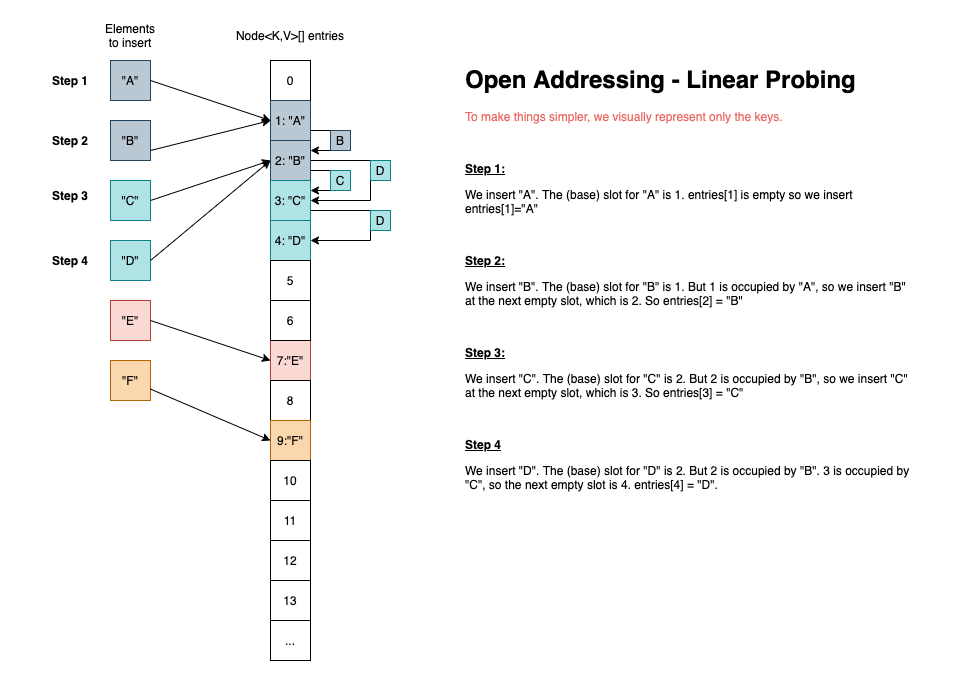
Earlier version of the draw.io export assets/images/2021-11-08-a-tale-of-java-hash-tables/open-addressing-high-level.drawio.png (nomemory/andreinc-site). Source tidied: cells renumbered, new cells last; positions are measured from the earlier drawing's top-left corner, leaving out a move shared by most shapes.
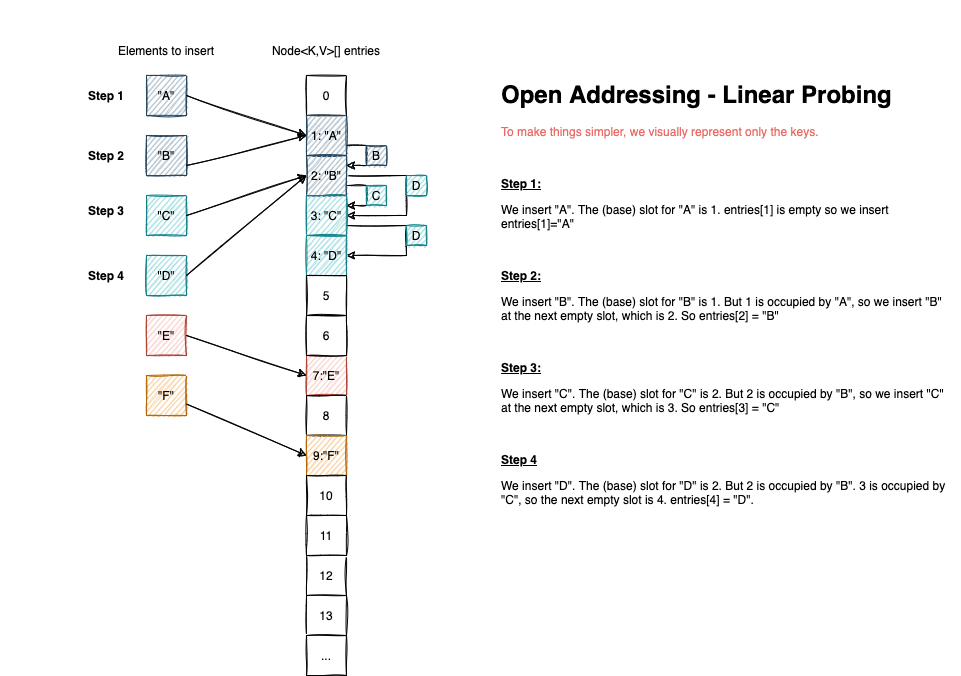
After the change.

Change to the diagram source:
```diff
@@ -3,12 +3,12 @@
     <mxCell id="0" />
     <mxCell id="1" parent="0" />
     <mxCell id="2" style="rounded=0;whiteSpace=wrap;html=1;fontColor=#EA6B66;fillColor=none;strokeColor=none;" parent="1" vertex="1">
-      <mxGeometry width="960" height="675" as="geometry" />
+      <mxGeometry x="-36" y="-15" width="960" height="675" as="geometry" />
     </mxCell>
-    <mxCell id="3" value="0" style="rounded=0;whiteSpace=wrap;html=1;" parent="1" vertex="1">
+    <mxCell id="3" value="0" style="rounded=0;whiteSpace=wrap;html=1;sketch=1;" parent="1" vertex="1">
       <mxGeometry x="270" y="60" width="40" height="40" as="geometry" />
     </mxCell>
-    <mxCell id="4" style="edgeStyle=orthogonalEdgeStyle;rounded=0;jettySize=auto;html=1;exitX=1;exitY=0.75;exitDx=0;exitDy=0;entryX=1;entryY=0.25;entryDx=0;entryDy=0;" parent="1" edge="1" source="5" target="8">
+    <mxCell id="4" style="edgeStyle=orthogonalEdgeStyle;rounded=0;jettySize=auto;html=1;exitX=1;exitY=0.75;exitDx=0;exitDy=0;entryX=1;entryY=0.25;entryDx=0;entryDy=0;sketch=1;" parent="1" edge="1" source="5" target="8">
       <mxGeometry relative="1" as="geometry">
         <Array as="points">
           <mxPoint x="330" y="130" />
@@ -16,10 +16,10 @@
         </Array>
       </mxGeometry>
     </mxCell>
-    <mxCell id="5" value="1: &quot;A&quot;" style="rounded=0;whiteSpace=wrap;html=1;fillColor=#bac8d3;strokeColor=#23445d;" parent="1" vertex="1">
+    <mxCell id="5" value="1: &quot;A&quot;" style="rounded=0;whiteSpace=wrap;html=1;fillColor=#bac8d3;strokeColor=#23445d;sketch=1;" parent="1" vertex="1">
       <mxGeometry x="270" y="100" width="40" height="40" as="geometry" />
     </mxCell>
-    <mxCell id="6" style="edgeStyle=orthogonalEdgeStyle;rounded=0;jettySize=auto;html=1;exitX=1;exitY=0.75;exitDx=0;exitDy=0;entryX=1;entryY=0.25;entryDx=0;entryDy=0;" parent="1" edge="1" source="8" target="10">
+    <mxCell id="6" style="edgeStyle=orthogonalEdgeStyle;rounded=0;jettySize=auto;html=1;exitX=1;exitY=0.75;exitDx=0;exitDy=0;entryX=1;entryY=0.25;entryDx=0;entryDy=0;sketch=1;" parent="1" edge="1" source="8" target="10">
       <mxGeometry relative="1" as="geometry">
         <Array as="points">
           <mxPoint x="330" y="170" />
@@ -27,7 +27,7 @@
         </Array>
       </mxGeometry>
     </mxCell>
-    <mxCell id="7" style="edgeStyle=orthogonalEdgeStyle;rounded=0;jettySize=auto;html=1;exitX=1;exitY=0.5;exitDx=0;exitDy=0;entryX=1;entryY=0.5;entryDx=0;entryDy=0;" parent="1" edge="1" source="8" target="10">
+    <mxCell id="7" style="edgeStyle=orthogonalEdgeStyle;rounded=0;jettySize=auto;html=1;exitX=1;exitY=0.5;exitDx=0;exitDy=0;entryX=1;entryY=0.5;entryDx=0;entryDy=0;sketch=1;" parent="1" edge="1" source="8" target="10">
       <mxGeometry relative="1" as="geometry">
         <Array as="points">
           <mxPoint x="370" y="160" />
@@ -35,10 +35,10 @@
         </Array>
       </mxGeometry>
     </mxCell>
-    <mxCell id="8" value="2: &quot;B&quot;" style="rounded=0;whiteSpace=wrap;html=1;fillColor=#bac8d3;strokeColor=#23445d;" parent="1" vertex="1">
+    <mxCell id="8" value="2: &quot;B&quot;" style="rounded=0;whiteSpace=wrap;html=1;fillColor=#bac8d3;strokeColor=#23445d;sketch=1;" parent="1" vertex="1">
       <mxGeometry x="270" y="140" width="40" height="40" as="geometry" />
     </mxCell>
-    <mxCell id="9" style="edgeStyle=orthogonalEdgeStyle;rounded=0;jettySize=auto;html=1;exitX=1;exitY=0.75;exitDx=0;exitDy=0;entryX=1;entryY=0.5;entryDx=0;entryDy=0;" parent="1" edge="1" source="10" target="11">
+    <mxCell id="9" style="edgeStyle=orthogonalEdgeStyle;rounded=0;jettySize=auto;html=1;exitX=1;exitY=0.75;exitDx=0;exitDy=0;entryX=1;entryY=0.5;entryDx=0;entryDy=0;sketch=1;" parent="1" edge="1" source="10" target="11">
       <mxGeometry relative="1" as="geometry">
         <Array as="points">
           <mxPoint x="370" y="210" />
@@ -46,114 +46,114 @@
         </Array>
       </mxGeometry>
     </mxCell>
-    <mxCell id="10" value="3: &quot;C&quot;" style="rounded=0;whiteSpace=wrap;html=1;fillColor=#b0e3e6;strokeColor=#0e8088;" parent="1" vertex="1">
+    <mxCell id="10" value="3: &quot;C&quot;" style="rounded=0;whiteSpace=wrap;html=1;fillColor=#b0e3e6;strokeColor=#0e8088;sketch=1;" parent="1" vertex="1">
       <mxGeometry x="270" y="180" width="40" height="40" as="geometry" />
     </mxCell>
-    <mxCell id="11" value="4: &quot;D&quot;" style="rounded=0;whiteSpace=wrap;html=1;fillColor=#b0e3e6;strokeColor=#0e8088;" parent="1" vertex="1">
+    <mxCell id="11" value="4: &quot;D&quot;" style="rounded=0;whiteSpace=wrap;html=1;fillColor=#b0e3e6;strokeColor=#0e8088;sketch=1;" parent="1" vertex="1">
       <mxGeometry x="270" y="220" width="40" height="40" as="geometry" />
     </mxCell>
-    <mxCell id="12" value="5" style="rounded=0;whiteSpace=wrap;html=1;" parent="1" vertex="1">
+    <mxCell id="12" value="5" style="rounded=0;whiteSpace=wrap;html=1;sketch=1;" parent="1" vertex="1">
       <mxGeometry x="270" y="260" width="40" height="40" as="geometry" />
     </mxCell>
-    <mxCell id="13" value="7:&quot;E&quot;" style="rounded=0;whiteSpace=wrap;html=1;fillColor=#fad9d5;strokeColor=#ae4132;" parent="1" vertex="1">
+    <mxCell id="13" value="7:&quot;E&quot;" style="rounded=0;whiteSpace=wrap;html=1;fillColor=#fad9d5;strokeColor=#ae4132;sketch=1;" parent="1" vertex="1">
       <mxGeometry x="270" y="340" width="40" height="40" as="geometry" />
     </mxCell>
-    <mxCell id="14" value="8" style="rounded=0;whiteSpace=wrap;html=1;" parent="1" vertex="1">
+    <mxCell id="14" value="8" style="rounded=0;whiteSpace=wrap;html=1;sketch=1;" parent="1" vertex="1">
       <mxGeometry x="270" y="380" width="40" height="40" as="geometry" />
     </mxCell>
-    <mxCell id="15" value="9:&quot;F&quot;" style="rounded=0;whiteSpace=wrap;html=1;fillColor=#fad7ac;strokeColor=#b46504;" parent="1" vertex="1">
+    <mxCell id="15" value="9:&quot;F&quot;" style="rounded=0;whiteSpace=wrap;html=1;fillColor=#fad7ac;strokeColor=#b46504;sketch=1;" parent="1" vertex="1">
       <mxGeometry x="270" y="420" width="40" height="40" as="geometry" />
     </mxCell>
-    <mxCell id="16" value="6" style="rounded=0;whiteSpace=wrap;html=1;" parent="1" vertex="1">
+    <mxCell id="16" value="6" style="rounded=0;whiteSpace=wrap;html=1;sketch=1;" parent="1" vertex="1">
       <mxGeometry x="270" y="300" width="40" height="40" as="geometry" />
     </mxCell>
-    <mxCell id="17" value="10" style="rounded=0;whiteSpace=wrap;html=1;" parent="1" vertex="1">
+    <mxCell id="17" value="10" style="rounded=0;whiteSpace=wrap;html=1;sketch=1;" parent="1" vertex="1">
       <mxGeometry x="270" y="460" width="40" height="40" as="geometry" />
     </mxCell>
-    <mxCell id="18" value="12" style="rounded=0;whiteSpace=wrap;html=1;" parent="1" vertex="1">
+    <mxCell id="18" value="12" style="rounded=0;whiteSpace=wrap;html=1;sketch=1;" parent="1" vertex="1">
       <mxGeometry x="270" y="540" width="40" height="40" as="geometry" />
     </mxCell>
-    <mxCell id="19" value="13" style="rounded=0;whiteSpace=wrap;html=1;" parent="1" vertex="1">
+    <mxCell id="19" value="13" style="rounded=0;whiteSpace=wrap;html=1;sketch=1;" parent="1" vertex="1">
       <mxGeometry x="270" y="580" width="40" height="40" as="geometry" />
     </mxCell>
-    <mxCell id="20" value="..." style="rounded=0;whiteSpace=wrap;html=1;" parent="1" vertex="1">
+    <mxCell id="20" value="..." style="rounded=0;whiteSpace=wrap;html=1;sketch=1;" parent="1" vertex="1">
       <mxGeometry x="270" y="620" width="40" height="40" as="geometry" />
     </mxCell>
-    <mxCell id="21" value="11" style="rounded=0;whiteSpace=wrap;html=1;" parent="1" vertex="1">
+    <mxCell id="21" value="11" style="rounded=0;whiteSpace=wrap;html=1;sketch=1;" parent="1" vertex="1">
       <mxGeometry x="270" y="500" width="40" height="40" as="geometry" />
     </mxCell>
-    <mxCell id="22" value="&lt;h1&gt;Open Addressing - Linear Probing&amp;nbsp;&lt;/h1&gt;&lt;p&gt;&lt;font color=&quot;#ea6b66&quot;&gt;To make things simpler, we visually represent only the keys.&lt;/font&gt;&lt;/p&gt;&lt;p&gt;&lt;b&gt;&lt;u&gt;&lt;br&gt;&lt;/u&gt;&lt;/b&gt;&lt;/p&gt;&lt;p&gt;&lt;b&gt;&lt;u&gt;Step 1:&lt;/u&gt;&lt;/b&gt;&lt;/p&gt;&lt;p&gt;We insert &quot;A&quot;. The (base) slot for &quot;A&quot; is 1. entries[1] is empty so we insert entries[1]=&quot;A&quot;&lt;/p&gt;&lt;p&gt;&lt;br&gt;&lt;/p&gt;&lt;p&gt;&lt;b&gt;&lt;u&gt;Step 2:&lt;/u&gt;&lt;/b&gt;&lt;/p&gt;&lt;p&gt;We insert &quot;B&quot;. The (base) slot for &quot;B&quot; is 1. But 1 is occupied by &quot;A&quot;, so we insert &quot;B&quot; at the next empty slot, which is 2. So entries[2] = &quot;B&quot;&lt;/p&gt;&lt;p&gt;&lt;br&gt;&lt;/p&gt;&lt;p&gt;&lt;b&gt;&lt;u&gt;Step 3:&lt;/u&gt;&lt;/b&gt;&lt;/p&gt;&lt;p&gt;We insert &quot;C&quot;. The (base) slot for &quot;C&quot; is 2. But 2 is occupied by &quot;B&quot;, so we insert &quot;C&quot; at the next empty slot, which is 3. So entries[3] = &quot;C&quot;&lt;/p&gt;&lt;p&gt;&lt;br&gt;&lt;/p&gt;&lt;p&gt;&lt;b&gt;&lt;u&gt;Step 4&lt;/u&gt;&lt;/b&gt;&lt;/p&gt;&lt;p&gt;We insert &quot;D&quot;. The (base) slot for &quot;D&quot; is 2. But 2 is occupied by &quot;B&quot;. 3 is occupied by &quot;C&quot;, so the next empty slot is 4. entries[4] = &quot;D&quot;.&lt;/p&gt;&lt;p&gt;&lt;br&gt;&lt;/p&gt;&lt;p&gt;&lt;br&gt;&lt;/p&gt;&lt;p&gt;....&lt;/p&gt;" style="text;html=1;strokeColor=none;fillColor=none;spacing=5;spacingTop=-20;whiteSpace=wrap;overflow=hidden;rounded=0;" parent="1" vertex="1">
+    <mxCell id="22" value="&lt;h1&gt;Open Addressing - Linear Probing&amp;nbsp;&lt;/h1&gt;&lt;p&gt;&lt;font color=&quot;#ea6b66&quot;&gt;To make things simpler, we visually represent only the keys.&lt;/font&gt;&lt;/p&gt;&lt;p&gt;&lt;b&gt;&lt;u&gt;&lt;br&gt;&lt;/u&gt;&lt;/b&gt;&lt;/p&gt;&lt;p&gt;&lt;b&gt;&lt;u&gt;Step 1:&lt;/u&gt;&lt;/b&gt;&lt;/p&gt;&lt;p&gt;We insert &quot;A&quot;. The (base) slot for &quot;A&quot; is 1. entries[1] is empty so we insert entries[1]=&quot;A&quot;&lt;/p&gt;&lt;p&gt;&lt;br&gt;&lt;/p&gt;&lt;p&gt;&lt;b&gt;&lt;u&gt;Step 2:&lt;/u&gt;&lt;/b&gt;&lt;/p&gt;&lt;p&gt;We insert &quot;B&quot;. The (base) slot for &quot;B&quot; is 1. But 1 is occupied by &quot;A&quot;, so we insert &quot;B&quot; at the next empty slot, which is 2. So entries[2] = &quot;B&quot;&lt;/p&gt;&lt;p&gt;&lt;br&gt;&lt;/p&gt;&lt;p&gt;&lt;b&gt;&lt;u&gt;Step 3:&lt;/u&gt;&lt;/b&gt;&lt;/p&gt;&lt;p&gt;We insert &quot;C&quot;. The (base) slot for &quot;C&quot; is 2. But 2 is occupied by &quot;B&quot;, so we insert &quot;C&quot; at the next empty slot, which is 3. So entries[3] = &quot;C&quot;&lt;/p&gt;&lt;p&gt;&lt;br&gt;&lt;/p&gt;&lt;p&gt;&lt;b&gt;&lt;u&gt;Step 4&lt;/u&gt;&lt;/b&gt;&lt;/p&gt;&lt;p&gt;We insert &quot;D&quot;. The (base) slot for &quot;D&quot; is 2. But 2 is occupied by &quot;B&quot;. 3 is occupied by &quot;C&quot;, so the next empty slot is 4. entries[4] = &quot;D&quot;.&lt;/p&gt;&lt;p&gt;&lt;br&gt;&lt;/p&gt;&lt;p&gt;&lt;br&gt;&lt;/p&gt;&lt;p&gt;....&lt;/p&gt;" style="text;html=1;strokeColor=none;fillColor=none;spacing=5;spacingTop=-20;whiteSpace=wrap;overflow=hidden;rounded=0;sketch=1;" parent="1" vertex="1">
       <mxGeometry x="460" y="60" width="460" height="490" as="geometry" />
     </mxCell>
-    <mxCell id="23" value="&quot;A&quot;" style="whiteSpace=wrap;html=1;fillColor=#bac8d3;strokeColor=#23445d;" parent="1" vertex="1">
+    <mxCell id="23" value="&quot;A&quot;" style="whiteSpace=wrap;html=1;fillColor=#bac8d3;strokeColor=#23445d;sketch=1;" parent="1" vertex="1">
       <mxGeometry x="110" y="60" width="40" height="40" as="geometry" />
     </mxCell>
-    <mxCell id="24" value="&quot;B&quot;" style="whiteSpace=wrap;html=1;fillColor=#bac8d3;strokeColor=#23445d;" parent="1" vertex="1">
+    <mxCell id="24" value="&quot;B&quot;" style="whiteSpace=wrap;html=1;fillColor=#bac8d3;strokeColor=#23445d;sketch=1;" parent="1" vertex="1">
       <mxGeometry x="110" y="120" width="40" height="40" as="geometry" />
     </mxCell>
-    <mxCell id="25" value="&quot;C&quot;" style="whiteSpace=wrap;html=1;fillColor=#b0e3e6;strokeColor=#0e8088;" parent="1" vertex="1">
+    <mxCell id="25" value="&quot;C&quot;" style="whiteSpace=wrap;html=1;fillColor=#b0e3e6;strokeColor=#0e8088;sketch=1;" parent="1" vertex="1">
       <mxGeometry x="110" y="180" width="40" height="40" as="geometry" />
     </mxCell>
-    <mxCell id="26" value="&quot;D&quot;" style="whiteSpace=wrap;html=1;fillColor=#b0e3e6;strokeColor=#0e8088;" parent="1" vertex="1">
+    <mxCell id="26" value="&quot;D&quot;" style="whiteSpace=wrap;html=1;fillColor=#b0e3e6;strokeColor=#0e8088;sketch=1;" parent="1" vertex="1">
       <mxGeometry x="110" y="240" width="40" height="40" as="geometry" />
     </mxCell>
-    <mxCell id="27" value="&quot;E&quot;" style="whiteSpace=wrap;html=1;fillColor=#fad9d5;strokeColor=#ae4132;" parent="1" vertex="1">
+    <mxCell id="27" value="&quot;E&quot;" style="whiteSpace=wrap;html=1;fillColor=#fad9d5;strokeColor=#ae4132;sketch=1;" parent="1" vertex="1">
       <mxGeometry x="110" y="300" width="40" height="40" as="geometry" />
     </mxCell>
-    <mxCell id="28" value="&quot;F&quot;" style="whiteSpace=wrap;html=1;fillColor=#fad7ac;strokeColor=#b46504;" parent="1" vertex="1">
+    <mxCell id="28" value="&quot;F&quot;" style="whiteSpace=wrap;html=1;fillColor=#fad7ac;strokeColor=#b46504;sketch=1;" parent="1" vertex="1">
       <mxGeometry x="110" y="360" width="40" height="40" as="geometry" />
     </mxCell>
-    <mxCell id="29" style="endArrow=classic;html=1;rounded=0;exitX=1;exitY=0.5;exitDx=0;exitDy=0;entryX=0;entryY=0.5;entryDx=0;entryDy=0;" parent="1" edge="1" source="23" target="5">
+    <mxCell id="29" style="endArrow=classic;html=1;rounded=0;exitX=1;exitY=0.5;exitDx=0;exitDy=0;entryX=0;entryY=0.5;entryDx=0;entryDy=0;sketch=1;" parent="1" edge="1" source="23" target="5">
       <mxGeometry relative="1" as="geometry" />
     </mxCell>
-    <mxCell id="30" style="endArrow=classic;html=1;rounded=0;exitX=1;exitY=0.75;exitDx=0;exitDy=0;entryX=0;entryY=0.5;entryDx=0;entryDy=0;" parent="1" edge="1" source="24" target="5">
+    <mxCell id="30" style="endArrow=classic;html=1;rounded=0;exitX=1;exitY=0.75;exitDx=0;exitDy=0;entryX=0;entryY=0.5;entryDx=0;entryDy=0;sketch=1;" parent="1" edge="1" source="24" target="5">
       <mxGeometry relative="1" as="geometry" />
     </mxCell>
-    <mxCell id="31" style="endArrow=classic;html=1;rounded=0;entryX=0;entryY=0.5;entryDx=0;entryDy=0;" parent="1" edge="1" target="8">
+    <mxCell id="31" style="endArrow=classic;html=1;rounded=0;entryX=0;entryY=0.5;entryDx=0;entryDy=0;sketch=1;" parent="1" edge="1" target="8">
       <mxGeometry relative="1" as="geometry">
         <mxPoint x="150" y="200" as="sourcePoint" />
       </mxGeometry>
     </mxCell>
-    <mxCell id="32" style="endArrow=classic;html=1;rounded=0;entryX=0;entryY=0.5;entryDx=0;entryDy=0;" parent="1" edge="1" target="8">
+    <mxCell id="32" style="endArrow=classic;html=1;rounded=0;entryX=0;entryY=0.5;entryDx=0;entryDy=0;sketch=1;" parent="1" edge="1" target="8">
       <mxGeometry relative="1" as="geometry">
         <mxPoint x="150" y="260" as="sourcePoint" />
       </mxGeometry>
     </mxCell>
-    <mxCell id="33" style="endArrow=classic;html=1;rounded=0;exitX=1;exitY=0.5;exitDx=0;exitDy=0;entryX=0;entryY=0.5;entryDx=0;entryDy=0;" parent="1" edge="1" source="27" target="13">
+    <mxCell id="33" style="endArrow=classic;html=1;rounded=0;exitX=1;exitY=0.5;exitDx=0;exitDy=0;entryX=0;entryY=0.5;entryDx=0;entryDy=0;sketch=1;" parent="1" edge="1" source="27" target="13">
       <mxGeometry relative="1" as="geometry" />
     </mxCell>
-    <mxCell id="34" style="endArrow=classic;html=1;rounded=0;entryX=0;entryY=0.5;entryDx=0;entryDy=0;" parent="1" edge="1" source="28" target="15">
+    <mxCell id="34" style="endArrow=classic;html=1;rounded=0;entryX=0;entryY=0.5;entryDx=0;entryDy=0;sketch=1;" parent="1" edge="1" source="28" target="15">
       <mxGeometry relative="1" as="geometry" />
     </mxCell>
-    <mxCell id="35" value="B" style="rounded=0;whiteSpace=wrap;html=1;fillColor=#bac8d3;strokeColor=#23445d;" parent="1" vertex="1">
+    <mxCell id="35" value="B" style="rounded=0;whiteSpace=wrap;html=1;fillColor=#bac8d3;strokeColor=#23445d;sketch=1;" parent="1" vertex="1">
       <mxGeometry x="330" y="130" width="20" height="20" as="geometry" />
     </mxCell>
-    <mxCell id="36" value="C" style="rounded=0;whiteSpace=wrap;html=1;fillColor=#b0e3e6;strokeColor=#0e8088;" parent="1" vertex="1">
+    <mxCell id="36" value="C" style="rounded=0;whiteSpace=wrap;html=1;fillColor=#b0e3e6;strokeColor=#0e8088;sketch=1;" parent="1" vertex="1">
       <mxGeometry x="330" y="170" width="20" height="20" as="geometry" />
     </mxCell>
-    <mxCell id="37" value="D" style="rounded=0;whiteSpace=wrap;html=1;fillColor=#b0e3e6;strokeColor=#0e8088;" parent="1" vertex="1">
+    <mxCell id="37" value="D" style="rounded=0;whiteSpace=wrap;html=1;fillColor=#b0e3e6;strokeColor=#0e8088;sketch=1;" parent="1" vertex="1">
       <mxGeometry x="370" y="160" width="20" height="20" as="geometry" />
     </mxCell>
-    <mxCell id="38" value="D" style="rounded=0;whiteSpace=wrap;html=1;fillColor=#b0e3e6;strokeColor=#0e8088;" parent="1" vertex="1">
+    <mxCell id="38" value="D" style="rounded=0;whiteSpace=wrap;html=1;fillColor=#b0e3e6;strokeColor=#0e8088;sketch=1;" parent="1" vertex="1">
       <mxGeometry x="370" y="210" width="20" height="20" as="geometry" />
     </mxCell>
     <mxCell id="39" value="Node&amp;lt;K,V&amp;gt;[] entries" style="text;html=1;strokeColor=none;fillColor=none;align=center;verticalAlign=middle;whiteSpace=wrap;rounded=0;" parent="1" vertex="1">
       <mxGeometry x="230" y="20" width="120" height="30" as="geometry" />
     </mxCell>
-    <mxCell id="40" value="Step 1" style="text;html=1;strokeColor=none;fillColor=none;align=center;verticalAlign=middle;whiteSpace=wrap;rounded=0;fontStyle=1;" parent="1" vertex="1">
+    <mxCell id="40" value="Step 1" style="text;html=1;strokeColor=none;fillColor=none;align=center;verticalAlign=middle;whiteSpace=wrap;rounded=0;fontStyle=1;sketch=1;" parent="1" vertex="1">
       <mxGeometry x="40" y="65" width="60" height="30" as="geometry" />
     </mxCell>
-    <mxCell id="41" value="Step 2" style="text;html=1;strokeColor=none;fillColor=none;align=center;verticalAlign=middle;whiteSpace=wrap;rounded=0;fontStyle=1;" parent="1" vertex="1">
+    <mxCell id="41" value="Step 2" style="text;html=1;strokeColor=none;fillColor=none;align=center;verticalAlign=middle;whiteSpace=wrap;rounded=0;fontStyle=1;sketch=1;" parent="1" vertex="1">
       <mxGeometry x="40" y="125" width="60" height="30" as="geometry" />
     </mxCell>
-    <mxCell id="42" value="Step 3" style="text;html=1;strokeColor=none;fillColor=none;align=center;verticalAlign=middle;whiteSpace=wrap;rounded=0;fontStyle=1;" parent="1" vertex="1">
+    <mxCell id="42" value="Step 3" style="text;html=1;strokeColor=none;fillColor=none;align=center;verticalAlign=middle;whiteSpace=wrap;rounded=0;fontStyle=1;sketch=1;" parent="1" vertex="1">
       <mxGeometry x="40" y="180" width="60" height="30" as="geometry" />
     </mxCell>
-    <mxCell id="43" value="Step 4" style="text;html=1;strokeColor=none;fillColor=none;align=center;verticalAlign=middle;whiteSpace=wrap;rounded=0;fontStyle=1;" parent="1" vertex="1">
+    <mxCell id="43" value="Step 4" style="text;html=1;strokeColor=none;fillColor=none;align=center;verticalAlign=middle;whiteSpace=wrap;rounded=0;fontStyle=1;sketch=1;" parent="1" vertex="1">
       <mxGeometry x="40" y="245" width="60" height="30" as="geometry" />
     </mxCell>
     <mxCell id="44" value="Elements to insert" style="text;html=1;strokeColor=none;fillColor=none;align=center;verticalAlign=middle;whiteSpace=wrap;rounded=0;" parent="1" vertex="1">
-      <mxGeometry x="100" y="20" width="60" height="30" as="geometry" />
+      <mxGeometry x="70" y="20" width="120" height="30" as="geometry" />
     </mxCell>
   </root>
 </mxGraphModel>
```
